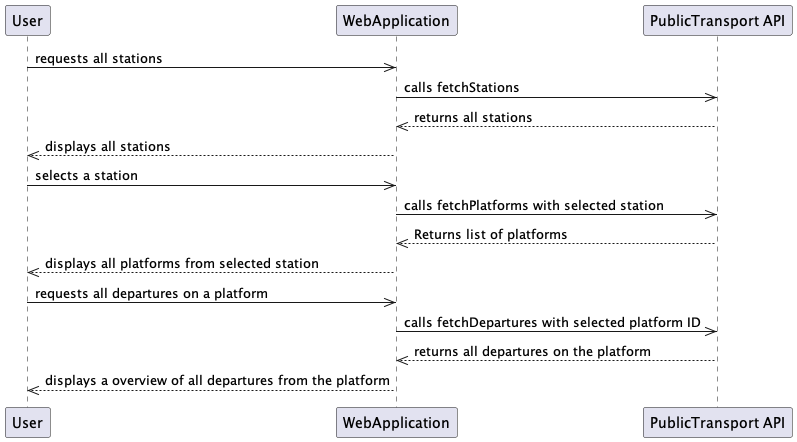
Earlier version of the PlantUML export out/kolombusSeq/kolombusSeq.png (PeterJakobs1/kolombus-internprosjekt).
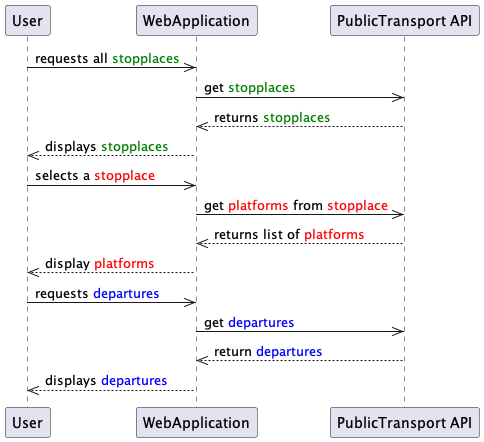
After the change.

Change to the diagram source:
```diff
@@ -4,18 +4,19 @@
 participant WebApplication
 participant "PublicTransport API" as PublicTransportAPI
 
-User ->> WebApplication: requests all stations
-WebApplication ->> PublicTransportAPI: calls fetchStations
-PublicTransportAPI -->> WebApplication: returns all stations
-WebApplication -->> User: displays all stations
+User ->> WebApplication: requests all <font color=green>stopplaces</font>
+WebApplication ->> PublicTransportAPI: get <font color=green>stopplaces</font>
+PublicTransportAPI -->> WebApplication: returns <font color=green>stopplaces</font>
+WebApplication -->> User: displays <font color=green>stopplaces</font>
 
-User ->> WebApplication: selects a station
-WebApplication ->> PublicTransportAPI: calls fetchPlatforms with selected station
-PublicTransportAPI -->> WebApplication: Returns list of platforms
-WebApplication -->> User: displays all platforms from selected station
+User ->> WebApplication: selects a <font color=red>stopplace</font>
+WebApplication ->> PublicTransportAPI: get <font color=red>platforms</font> from <font color=red>stopplace</font>
+PublicTransportAPI -->> WebApplication: returns list of <font color=red>platforms</font>
+WebApplication -->> User: display <font color=red>platforms</font>
 
-User ->> WebApplication: requests all departures on a platform
-WebApplication ->> PublicTransportAPI: calls fetchDepartures with selected platform ID
-PublicTransportAPI -->> WebApplication: returns all departures on the platform
-WebApplication -->> User: displays a overview of all departures from the platform
+User ->> WebApplication: requests <font color=blue>departures</font>
+WebApplication ->> PublicTransportAPI: get <font color=blue>departures</font>
+PublicTransportAPI -->> WebApplication: return <font color=blue>departures</font>
+WebApplication -->> User: displays <font color=blue>departures</font>
+
 @enduml
```
